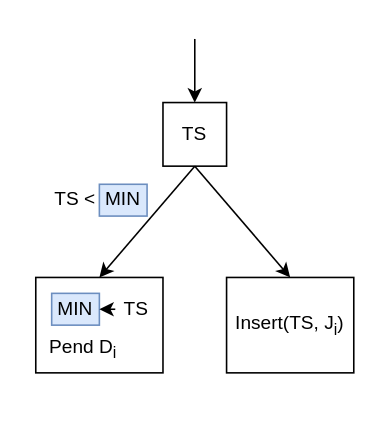
Earlier version of the draw.io diagram figs/arrival_handler.drawio (perlindgren/inplace-sort). Source tidied: cells renumbered, new cells numbered last; positions are measured from the earlier drawing's top-left corner, leaving out a move shared by most shapes. Both pictures are drawn from the tidied source at 159%, with x=0, y=0 at pixel (35, 38).
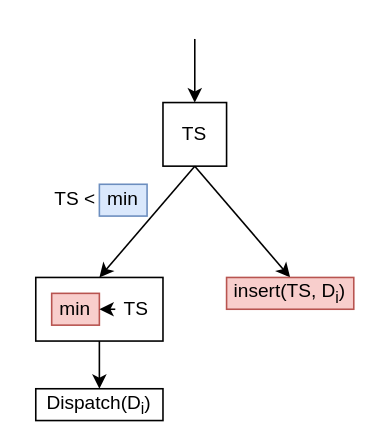
The same page after the edit.

What changed in the source:
```diff
@@
 <mxGraphModel>
   <root>
     <mxCell id="0" />
     <mxCell id="1" parent="0" />
+    <mxCell id="15" style="rounded=0;whiteSpace=wrap;html=1;" parent="1" vertex="1">
+      <mxGeometry y="220" width="80" height="20" as="geometry" />
+    </mxCell>
-    <mxCell id="2" value="MIN" style="rounded=0;whiteSpace=wrap;html=1;fillColor=#dae8fc;strokeColor=#6c8ebf;" parent="1" vertex="1">
+    <mxCell id="2" value="min" style="rounded=0;whiteSpace=wrap;html=1;fillColor=#dae8fc;strokeColor=#6c8ebf;" parent="1" vertex="1">
       <mxGeometry x="40" y="91.4" width="30" height="20" as="geometry" />
     </mxCell>
     <mxCell id="3" style="endArrow=classic;html=1;rounded=0;entryX=0.5;entryY=0;entryDx=0;entryDy=0;" parent="1" edge="1" target="4">
       <mxGeometry relative="1" as="geometry">
         <mxPoint x="100" as="sourcePoint" />
       </mxGeometry>
     </mxCell>
     <mxCell id="4" value="TS" style="rounded=0;whiteSpace=wrap;html=1;" parent="1" vertex="1">
       <mxGeometry x="80" y="40" width="40" height="40" as="geometry" />
     </mxCell>
     <mxCell id="5" value="TS &amp;lt;" style="text;html=1;whiteSpace=wrap;strokeColor=none;fillColor=none;align=center;verticalAlign=middle;rounded=0;" parent="1" vertex="1">
       <mxGeometry y="91.4" width="50" height="20" as="geometry" />
     </mxCell>
     <mxCell id="6" style="edgeStyle=orthogonalEdgeStyle;rounded=0;orthogonalLoop=1;jettySize=auto;html=1;exitX=0.5;exitY=1;exitDx=0;exitDy=0;" parent="1" edge="1">
       <mxGeometry relative="1" as="geometry">
         <mxPoint x="40" y="119.4" as="sourcePoint" />
         <mxPoint x="40" y="119.4" as="targetPoint" />
       </mxGeometry>
     </mxCell>
     <mxCell id="7" style="rounded=0;whiteSpace=wrap;html=1;" parent="1" vertex="1">
-      <mxGeometry y="150" width="80" height="60" as="geometry" />
+      <mxGeometry y="150" width="80" height="40" as="geometry" />
     </mxCell>
     <mxCell id="8" style="endArrow=classic;html=1;rounded=0;exitX=0.5;exitY=1;exitDx=0;exitDy=0;entryX=0.5;entryY=0;entryDx=0;entryDy=0;" parent="1" edge="1" source="4" target="7">
       <mxGeometry relative="1" as="geometry" />
     </mxCell>
     <mxCell id="9" style="endArrow=classic;html=1;rounded=0;" parent="1" edge="1">
       <mxGeometry relative="1" as="geometry">
         <mxPoint x="100" y="80" as="sourcePoint" />
         <mxPoint x="160" y="150" as="targetPoint" />
       </mxGeometry>
     </mxCell>
-    <mxCell id="10" value="MIN" style="rounded=0;whiteSpace=wrap;html=1;fillColor=#dae8fc;strokeColor=#6c8ebf;" parent="1" vertex="1">
+    <mxCell id="10" value="min" style="rounded=0;whiteSpace=wrap;html=1;fillColor=#f8cecc;strokeColor=#b85450;" parent="1" vertex="1">
       <mxGeometry x="10" y="160" width="30" height="20" as="geometry" />
     </mxCell>
     <mxCell id="11" value="TS&amp;nbsp;" style="text;html=1;whiteSpace=wrap;strokeColor=none;fillColor=none;align=center;verticalAlign=middle;rounded=0;" parent="1" vertex="1">
       <mxGeometry x="50" y="160" width="30" height="20" as="geometry" />
     </mxCell>
     <mxCell id="12" style="endArrow=classic;html=1;rounded=0;entryX=1;entryY=0.5;entryDx=0;entryDy=0;exitX=0;exitY=0.5;exitDx=0;exitDy=0;" parent="1" edge="1" source="11" target="10">
       <mxGeometry relative="1" as="geometry" />
     </mxCell>
-    <mxCell id="13" value="Pend D&lt;sub&gt;i&lt;/sub&gt;" style="text;html=1;whiteSpace=wrap;strokeColor=none;fillColor=none;align=center;verticalAlign=middle;rounded=0;" parent="1" vertex="1">
-      <mxGeometry y="180" width="60" height="30" as="geometry" />
+    <mxCell id="13" value="Dispatch(D&lt;sub&gt;i&lt;/sub&gt;)" style="text;html=1;whiteSpace=wrap;strokeColor=none;fillColor=none;align=center;verticalAlign=middle;rounded=0;" parent="1" vertex="1">
+      <mxGeometry x="-5" y="220" width="90" height="20" as="geometry" />
     </mxCell>
-    <mxCell id="14" value="Insert(TS, J&lt;sub&gt;i&lt;/sub&gt;)" style="rounded=0;whiteSpace=wrap;html=1;" parent="1" vertex="1">
-      <mxGeometry x="120" y="150" width="80" height="60" as="geometry" />
+    <mxCell id="14" value="insert(TS, D&lt;sub&gt;i&lt;/sub&gt;)" style="rounded=0;whiteSpace=wrap;html=1;fillColor=#f8cecc;strokeColor=#b85450;" parent="1" vertex="1">
+      <mxGeometry x="120" y="150" width="80" height="20" as="geometry" />
     </mxCell>
+    <mxCell id="16" style="endArrow=classic;html=1;rounded=0;exitX=0.5;exitY=1;exitDx=0;exitDy=0;" parent="1" edge="1" source="7" target="13">
+      <mxGeometry relative="1" as="geometry" />
+    </mxCell>
   </root>
 </mxGraphModel>
```
